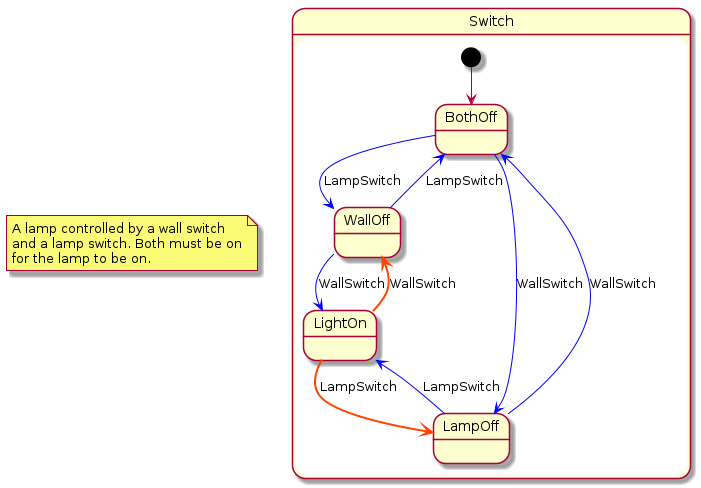
melintea/upml keeps this PlantUML diagram as doc/blackbox/switch.png. Above is the earlier version. Its source is kept beside it as doc/blackbox/switch.error.plantuml.
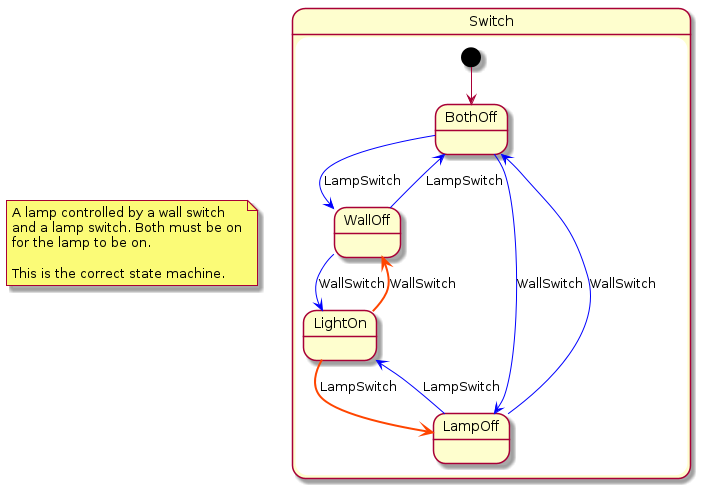
The same file after the commit.

What changed in the source:
```diff
@@ -4,6 +4,8 @@
   A lamp controlled by a wall switch
   and a lamp switch. Both must be on
   for the lamp to be on.
+
+  This state machine has errors (in red).
 end note
 
 
```
